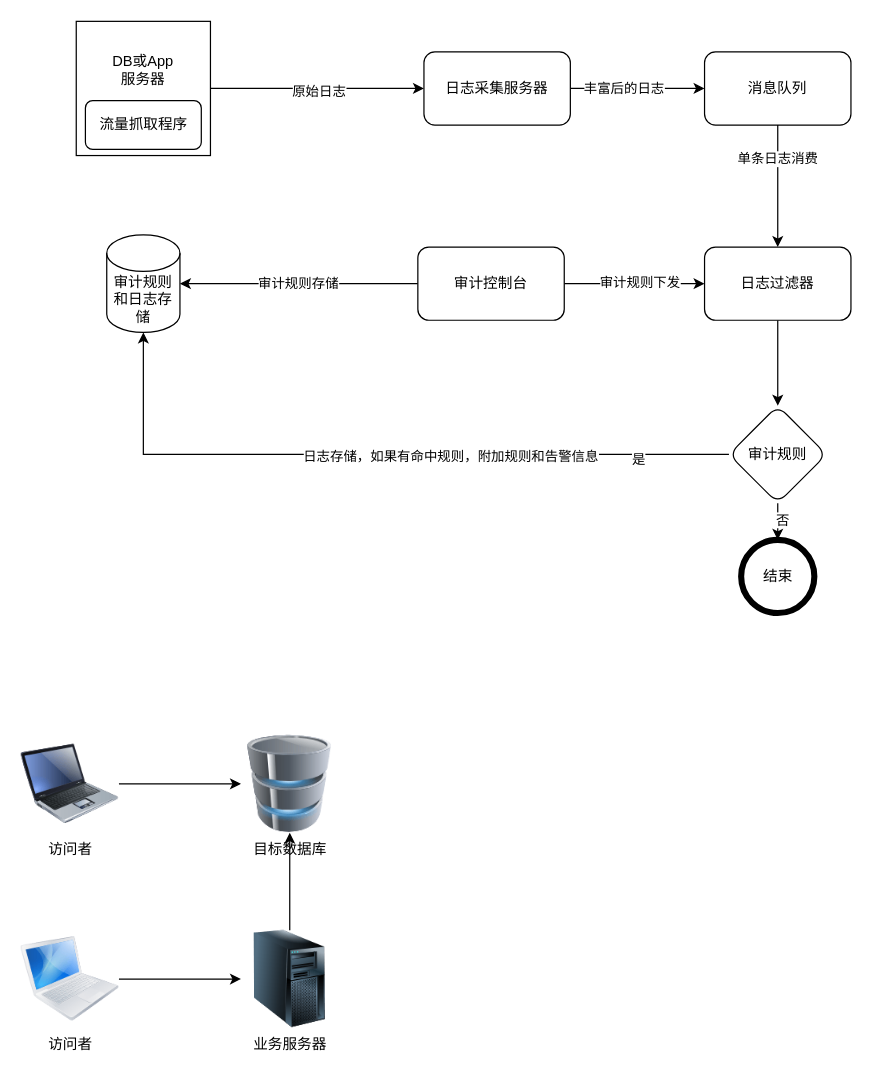
luxiao/drawio keeps this draw.io diagram as Panda_Audit.drawio. Above is the earlier version. Source tidied: cells renumbered, new cells numbered last; positions are measured from the earlier drawing's top-left corner, leaving out a move shared by most shapes. Both pictures are drawn from the tidied source at 122%, with x=0, y=0 at pixel (21, 21).
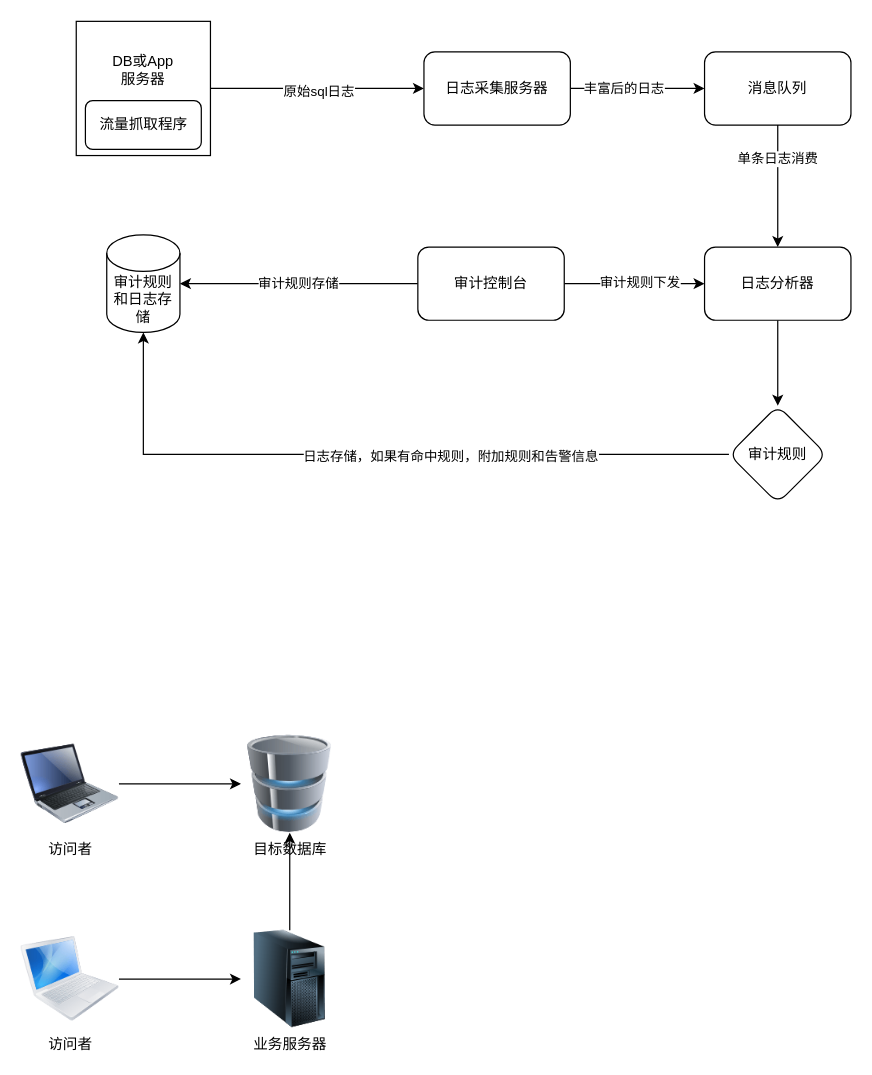
The same page after the edit.

Unchanged cells that the change refers to:
```xml
<mxCell id="2" style="edgeStyle=orthogonalEdgeStyle;rounded=0;jettySize=auto;html=1;" parent="1" edge="1" source="4" target="9">
  <mxGeometry relative="1" as="geometry" />
</mxCell>
<mxCell id="22" style="edgeStyle=orthogonalEdgeStyle;rounded=0;jettySize=auto;html=1;entryX=0.5;entryY=1;entryDx=0;entryDy=0;entryPerimeter=0;" parent="1" edge="1" source="25" target="17">
  <mxGeometry relative="1" as="geometry" />
</mxCell>
<mxCell id="25" value="审计规则" style="rhombus;whiteSpace=wrap;html=1;rounded=1;" parent="1" vertex="1">
  <mxGeometry x="580" y="315" width="80" height="80" as="geometry" />
</mxCell>
```

Change to the diagram source:
```diff
@@
-    <mxCell id="3" value="原始日志" style="edgeLabel;html=1;align=center;verticalAlign=middle;" parent="2" vertex="1">
+    <mxCell id="3" value="原始sql日志" style="edgeLabel;html=1;align=center;verticalAlign=middle;" parent="2" vertex="1">
       <mxGeometry y="-2" relative="1" as="geometry" />
     </mxCell>
@@
-    <mxCell id="19" value="日志过滤器" style="whiteSpace=wrap;html=1;rounded=1;" parent="1" vertex="1">
+    <mxCell id="19" value="日志分析器" style="whiteSpace=wrap;html=1;rounded=1;" parent="1" vertex="1">
       <mxGeometry x="560" y="185" width="120" height="60" as="geometry" />
     </mxCell>
-    <mxCell id="20" style="edgeStyle=orthogonalEdgeStyle;rounded=0;jettySize=auto;html=1;" parent="1" edge="1" source="25" target="26">
-      <mxGeometry relative="1" as="geometry" />
-    </mxCell>
-    <mxCell id="21" value="否" style="edgeLabel;html=1;align=center;verticalAlign=middle;" parent="20" vertex="1">
-      <mxGeometry x="0.32" y="3" relative="1" as="geometry" />
-    </mxCell>
@@
-    <mxCell id="24" value="是" style="edgeLabel;html=1;align=center;verticalAlign=middle;" parent="22" vertex="1">
-      <mxGeometry x="-0.74" y="3" relative="1" as="geometry" />
-    </mxCell>
@@
-    <mxCell id="26" value="结束" style="shape=ellipse;html=1;dashed=0;whitespace=wrap;strokeWidth=5;perimeter=ellipsePerimeter;" parent="1" vertex="1">
-      <mxGeometry x="590" y="425" width="60" height="60" as="geometry" />
-    </mxCell>
```
